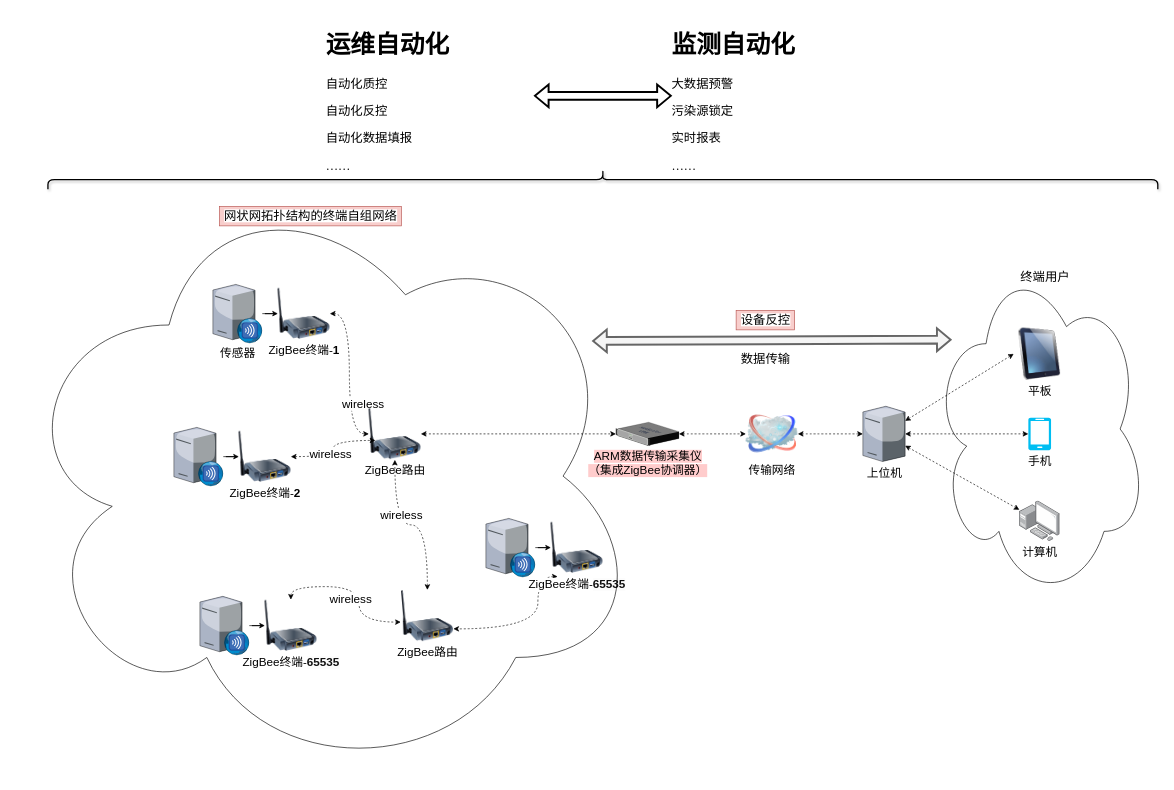
Above: 未命名绘图.drawio in htpan610/auto_answer1 (draw.io), before the change. Source tidied: cells renumbered, new cells numbered last; positions are measured from the earlier drawing's top-left corner, leaving out a move shared by most shapes. Both pictures are drawn from the tidied source at 65%, with x=0, y=0 at pixel (11, -376).
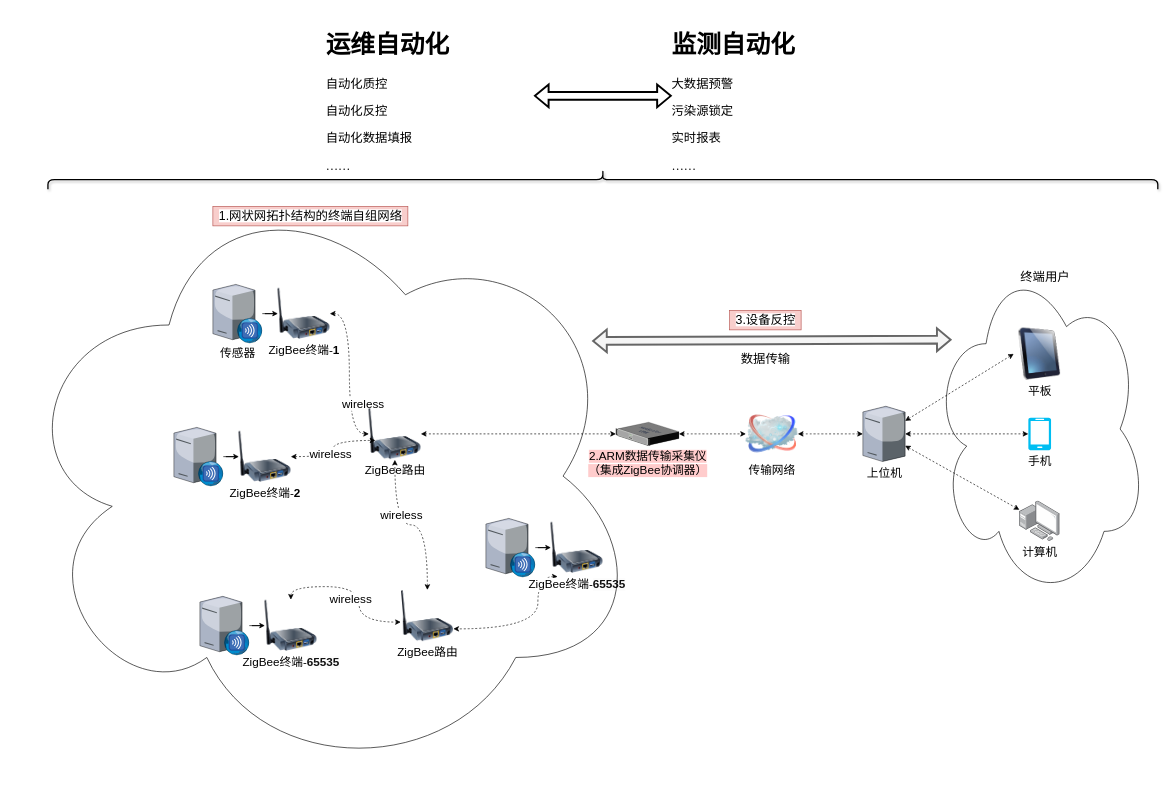
After the change.

Commit message:
基于ZigBee的环境监测生态链图示

The edit, as a diff of the source:
```diff
@@
-    <mxCell id="27" value="&lt;span style=&quot;background-color: rgb(255 , 204 , 204)&quot;&gt;ARM数据传输采集仪&lt;br style=&quot;font-size: 18px&quot;&gt;（集成ZigBee协调器）&lt;/span&gt;" style="verticalLabelPosition=bottom;sketch=0;html=1;verticalAlign=top;strokeColor=#b85450;align=center;outlineConnect=0;shape=mxgraph.citrix.netscaler_vpx;fontSize=18;fillColor=#f8cecc;" parent="1" vertex="1">
+    <mxCell id="27" value="&lt;span style=&quot;background-color: rgb(255 , 204 , 204)&quot;&gt;2.ARM数据传输采集仪&lt;br style=&quot;font-size: 18px&quot;&gt;（集成ZigBee协调器）&lt;/span&gt;" style="verticalLabelPosition=bottom;sketch=0;html=1;verticalAlign=top;strokeColor=#b85450;align=center;outlineConnect=0;shape=mxgraph.citrix.netscaler_vpx;fontSize=18;fillColor=#f8cecc;" parent="1" vertex="1">
       <mxGeometry x="930" y="1227" width="97" height="36" as="geometry" />
     </mxCell>
@@
-    <mxCell id="38" value="&lt;span style=&quot;background-color: rgb(255, 255, 255);&quot;&gt;&lt;font style=&quot;font-size: 19px&quot;&gt;网状网拓扑结构的终端自组网络&lt;/font&gt;&lt;/span&gt;" style="text;html=1;align=center;verticalAlign=middle;fontSize=18;fillColor=#f8cecc;strokeColor=#b85450;" parent="1" vertex="1">
-      <mxGeometry x="320" y="895" width="280" height="30" as="geometry" />
+    <mxCell id="38" value="&lt;span style=&quot;background-color: rgb(255 , 255 , 255)&quot;&gt;&lt;font style=&quot;font-size: 19px&quot;&gt;1.网状网拓扑结构的终端自组网络&lt;/font&gt;&lt;/span&gt;" style="text;html=1;align=center;verticalAlign=middle;fontSize=18;fillColor=#f8cecc;strokeColor=#b85450;" parent="1" vertex="1">
+      <mxGeometry x="310" y="895" width="300" height="30" as="geometry" />
     </mxCell>
@@
-    <mxCell id="43" value="&lt;span style=&quot;background-color: rgb(255 , 255 , 255)&quot;&gt;&lt;font style=&quot;font-size: 19px&quot; color=&quot;#000000&quot;&gt;设备反控&lt;/font&gt;&lt;/span&gt;" style="text;html=1;align=center;verticalAlign=middle;fontSize=18;fillColor=#f8cecc;strokeColor=#b85450;" parent="1" vertex="1">
-      <mxGeometry x="1115" y="1055" width="90" height="30" as="geometry" />
+    <mxCell id="43" value="&lt;span style=&quot;background-color: rgb(255 , 255 , 255)&quot;&gt;&lt;font style=&quot;font-size: 19px&quot; color=&quot;#000000&quot;&gt;3.设备反控&lt;/font&gt;&lt;/span&gt;" style="text;html=1;align=center;verticalAlign=middle;fontSize=18;fillColor=#f8cecc;strokeColor=#b85450;" parent="1" vertex="1">
+      <mxGeometry x="1105" y="1055" width="110" height="30" as="geometry" />
     </mxCell>
```
